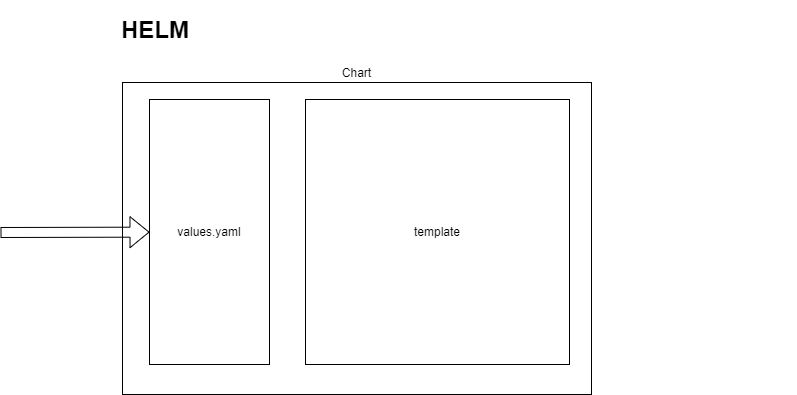
buzzfrog/kustomize-presentation keeps this draw.io diagram as presentation/helm.drawio.png. Above is the earlier version. Source tidied: cells renumbered, new cells last; positions are measured from the earlier drawing's top-left corner, leaving out a move shared by most shapes. Source of this version:
```xml
<mxGraphModel>
  <root>
    <mxCell id="0" />
    <mxCell id="1" parent="0" />
    <mxCell id="2" value="&lt;h1&gt;HELM&lt;/h1&gt;" style="text;html=1;strokeColor=none;fillColor=none;spacing=5;spacingTop=-20;whiteSpace=wrap;overflow=hidden;rounded=0;align=left;" parent="1" vertex="1">
      <mxGeometry x="116" width="680" height="42" as="geometry" />
    </mxCell>
    <mxCell id="3" value="Chart" style="rounded=0;whiteSpace=wrap;html=1;labelPosition=center;verticalLabelPosition=top;align=center;verticalAlign=bottom;" parent="1" vertex="1">
      <mxGeometry x="122" y="72" width="469" height="312" as="geometry" />
    </mxCell>
    <mxCell id="4" value="values.yaml" style="rounded=0;whiteSpace=wrap;html=1;" parent="1" vertex="1">
      <mxGeometry x="149" y="89" width="120" height="265" as="geometry" />
    </mxCell>
    <mxCell id="5" value="template" style="rounded=0;whiteSpace=wrap;html=1;" parent="1" vertex="1">
      <mxGeometry x="305" y="89" width="264" height="265" as="geometry" />
    </mxCell>
    <mxCell id="6" style="shape=flexArrow;endArrow=classic;html=1;" parent="1" edge="1" target="4">
      <mxGeometry relative="1" as="geometry">
        <mxPoint y="222" as="sourcePoint" />
      </mxGeometry>
    </mxCell>
  </root>
</mxGraphModel>
```
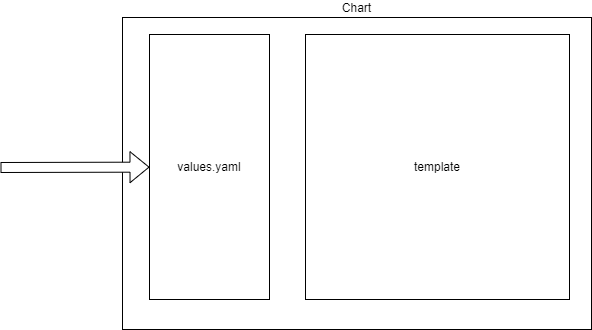
Later version of the same file.

Diff of the diagram source:
```diff
@@ -2,9 +2,6 @@
   <root>
     <mxCell id="0" />
     <mxCell id="1" parent="0" />
-    <mxCell id="2" value="&lt;h1&gt;HELM&lt;/h1&gt;" style="text;html=1;strokeColor=none;fillColor=none;spacing=5;spacingTop=-20;whiteSpace=wrap;overflow=hidden;rounded=0;align=left;" parent="1" vertex="1">
-      <mxGeometry x="116" width="680" height="42" as="geometry" />
-    </mxCell>
     <mxCell id="3" value="Chart" style="rounded=0;whiteSpace=wrap;html=1;labelPosition=center;verticalLabelPosition=top;align=center;verticalAlign=bottom;" parent="1" vertex="1">
       <mxGeometry x="122" y="72" width="469" height="312" as="geometry" />
     </mxCell>
@@ -14,7 +11,7 @@
     <mxCell id="5" value="template" style="rounded=0;whiteSpace=wrap;html=1;" parent="1" vertex="1">
       <mxGeometry x="305" y="89" width="264" height="265" as="geometry" />
     </mxCell>
-    <mxCell id="6" style="shape=flexArrow;endArrow=classic;html=1;" parent="1" edge="1" target="4">
+    <mxCell id="6" style="shape=flexArrow;endArrow=classic;html=1;fillColor=#FFFFFF;" parent="1" edge="1" target="4">
       <mxGeometry relative="1" as="geometry">
         <mxPoint y="222" as="sourcePoint" />
       </mxGeometry>
```
